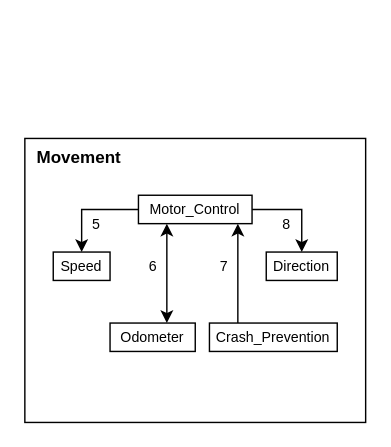
The draw.io diagram Architectural Design Specification/images/movement_subsystem.drawio in tragicfall/Senior-Design, before the edit. Source tidied: cells renumbered, new cells numbered last; positions are measured from the earlier drawing's top-left corner, leaving out a move shared by most shapes. Both pictures are drawn from the tidied source at 142%, with x=0, y=0 at pixel (24, 138).
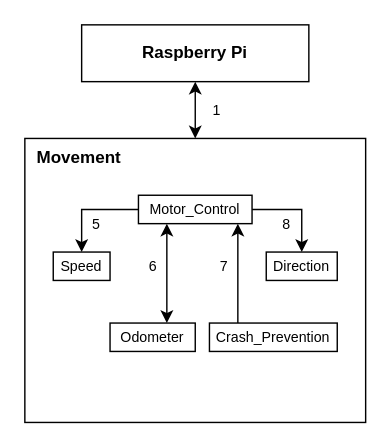
Above is the later version.

Commit message (it also covers changes not shown here):
Fixed the movement diagram

Unchanged cells that the change refers to:
```xml
<mxCell id="2" value="&lt;b&gt;&amp;nbsp; Movement&lt;/b&gt;" style="rounded=0;whiteSpace=wrap;html=1;align=left;verticalAlign=top;" parent="1" vertex="1">
  <mxGeometry width="240" height="200" as="geometry" />
</mxCell>
```

Change to the diagram source:
```diff
@@
+    <mxCell id="16" style="edgeStyle=orthogonalEdgeStyle;rounded=0;jettySize=auto;html=1;exitX=0.5;exitY=1;exitDx=0;exitDy=0;entryX=0.5;entryY=0;entryDx=0;entryDy=0;startArrow=classic;startFill=1;" parent="1" edge="1" source="17" target="2">
+      <mxGeometry relative="1" as="geometry" />
+    </mxCell>
+    <mxCell id="17" value="Raspberry Pi" style="rounded=0;whiteSpace=wrap;html=1;fontStyle=1;" parent="1" vertex="1">
+      <mxGeometry x="40" y="-80" width="160" height="40" as="geometry" />
+    </mxCell>
+    <mxCell id="18" value="&lt;font style=&quot;font-size: 10px;&quot;&gt;1&lt;/font&gt;" style="text;html=1;align=center;verticalAlign=middle;strokeColor=none;fillColor=none;spacing=-3;" parent="1" vertex="1">
+      <mxGeometry x="125" y="-30" width="20" height="20" as="geometry" />
+    </mxCell>
```
